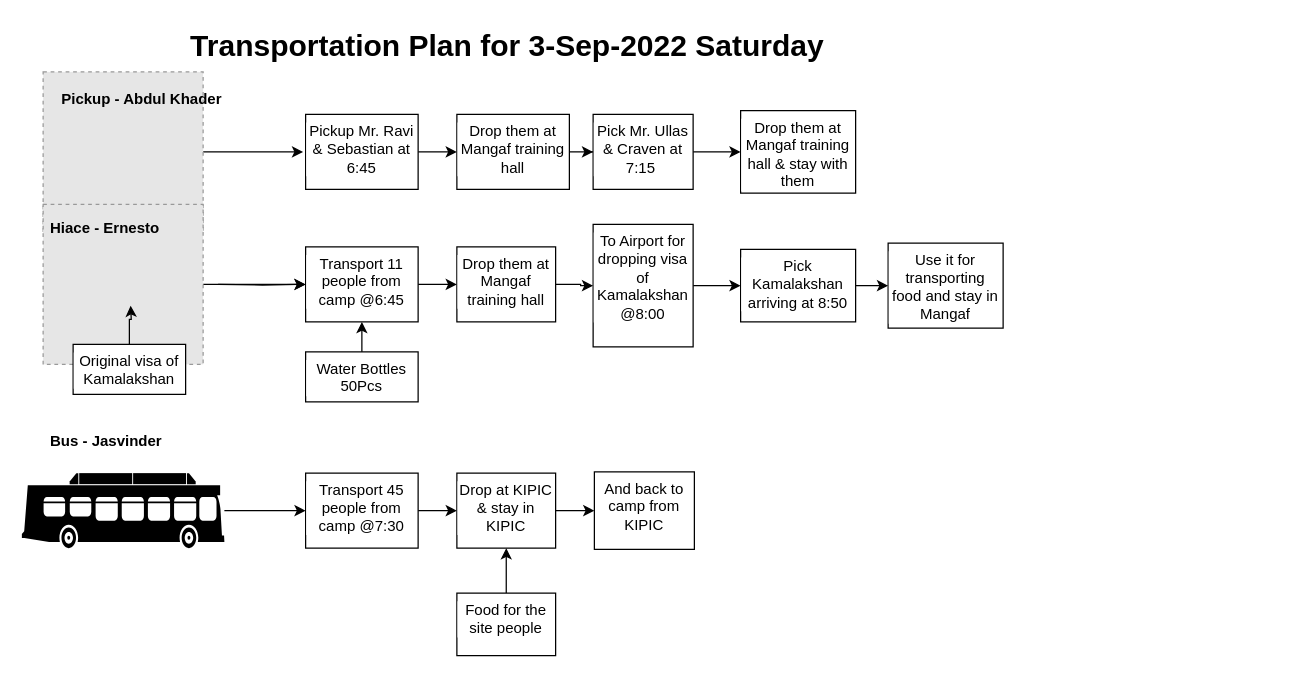
The draw.io diagram Folder/Tranport Plan for 3Sep2022.drawio in sathiesh1993/app.diagrams.net, before the edit. Source tidied: cells renumbered, new cells numbered last; positions are measured from the earlier drawing's top-left corner, leaving out a move shared by most shapes. Both pictures are drawn from the tidied source at 125%, with x=0, y=0 at pixel (21, 21). Pictures stored in the file or linked from it are replaced by grey dashed boxes.
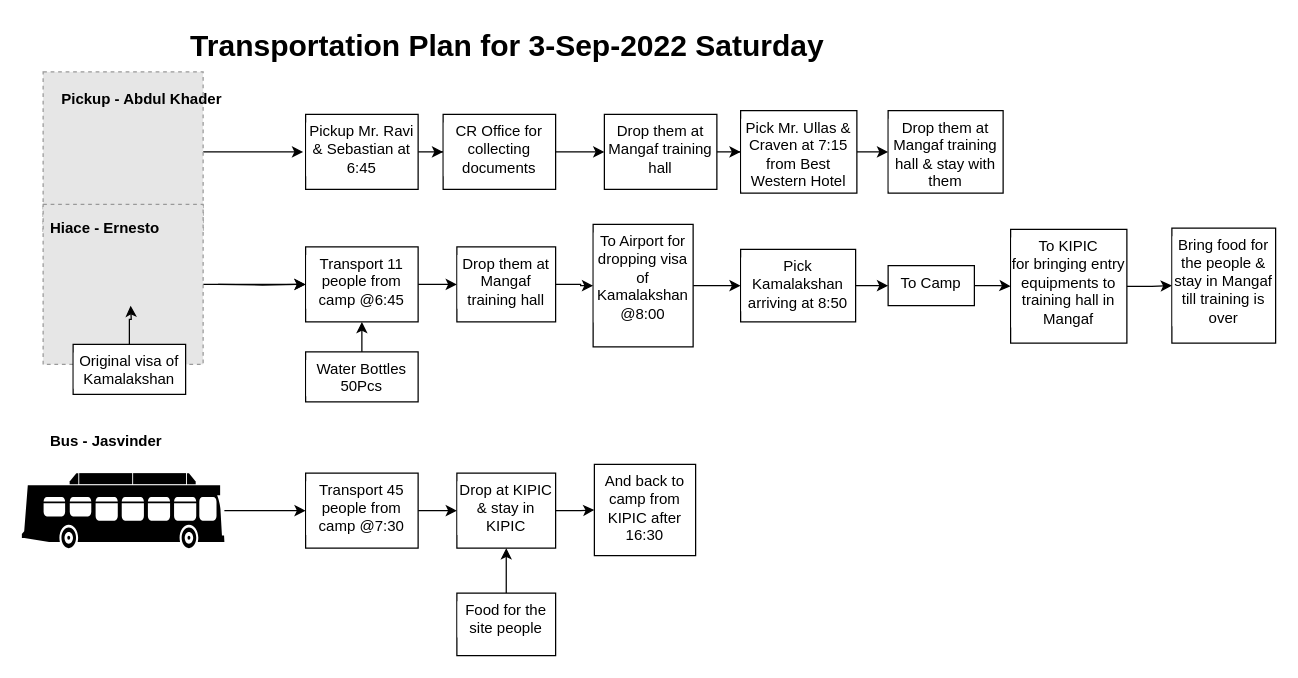
The same page after the edit.

Unchanged cells that the change refers to:
```xml
<mxCell id="7" value="Pickup Mr. Ravi &amp;amp; Sebastian at 6:45" style="whiteSpace=wrap;html=1;verticalAlign=top;labelBackgroundColor=#ffffff;" parent="1" vertex="1">
  <mxGeometry x="227" y="74" width="90" height="60" as="geometry" />
</mxCell>
```

What changed in the source:
```diff
@@
-    <mxCell id="6" style="edgeStyle=orthogonalEdgeStyle;rounded=0;jettySize=auto;html=1;" parent="1" edge="1" source="7" target="9">
-      <mxGeometry relative="1" as="geometry" />
-    </mxCell>
+    <mxCell id="40" style="edgeStyle=orthogonalEdgeStyle;rounded=0;jettySize=auto;html=1;" parent="1" edge="1" source="7" target="46">
+      <mxGeometry relative="1" as="geometry" />
+    </mxCell>
@@
     <mxCell id="9" value="Drop them at Mangaf training hall" style="whiteSpace=wrap;html=1;verticalAlign=top;labelBackgroundColor=#ffffff;" parent="1" vertex="1">
-      <mxGeometry x="348" y="74" width="90" height="60" as="geometry" />
+      <mxGeometry x="466" y="74" width="90" height="60" as="geometry" />
     </mxCell>
@@
-    <mxCell id="11" value="Pick Mr. Ullas &amp;amp; Craven at 7:15&amp;nbsp;" style="whiteSpace=wrap;html=1;verticalAlign=top;labelBackgroundColor=#ffffff;" parent="1" vertex="1">
-      <mxGeometry x="457" y="74" width="80" height="60" as="geometry" />
+    <mxCell id="11" value="Pick Mr. Ullas &amp;amp; Craven at 7:15 from Best Western Hotel" style="whiteSpace=wrap;html=1;verticalAlign=top;labelBackgroundColor=#ffffff;" parent="1" vertex="1">
+      <mxGeometry x="575" y="71" width="93" height="66" as="geometry" />
     </mxCell>
     <mxCell id="12" value="Drop them at Mangaf training hall &amp;amp; stay with them" style="whiteSpace=wrap;html=1;verticalAlign=top;labelBackgroundColor=#ffffff;" parent="1" vertex="1">
-      <mxGeometry x="575" y="71" width="92" height="66" as="geometry" />
+      <mxGeometry x="693" y="71" width="92" height="66" as="geometry" />
     </mxCell>
@@
+    <mxCell id="41" style="edgeStyle=orthogonalEdgeStyle;rounded=0;jettySize=auto;html=1;" parent="1" edge="1" source="24" target="43">
+      <mxGeometry relative="1" as="geometry" />
+    </mxCell>
-    <mxCell id="24" value="Use it for transporting food and stay in Mangaf" style="whiteSpace=wrap;html=1;verticalAlign=top;labelBackgroundColor=#ffffff;" parent="1" vertex="1">
-      <mxGeometry x="693" y="177" width="92" height="68" as="geometry" />
+    <mxCell id="24" value="To Camp" style="whiteSpace=wrap;html=1;verticalAlign=top;labelBackgroundColor=#ffffff;" parent="1" vertex="1">
+      <mxGeometry x="693" y="195" width="69" height="32" as="geometry" />
     </mxCell>
@@
-    <mxCell id="29" value="And back to camp from KIPIC" style="whiteSpace=wrap;html=1;verticalAlign=top;labelBackgroundColor=#ffffff;" parent="1" vertex="1">
-      <mxGeometry x="458" y="360" width="80" height="62" as="geometry" />
+    <mxCell id="29" value="And back to camp from KIPIC after 16:30" style="whiteSpace=wrap;html=1;verticalAlign=top;labelBackgroundColor=#ffffff;" parent="1" vertex="1">
+      <mxGeometry x="458" y="354" width="81" height="73" as="geometry" />
     </mxCell>
@@
+    <mxCell id="42" style="edgeStyle=orthogonalEdgeStyle;rounded=0;jettySize=auto;html=1;" parent="1" edge="1" source="43" target="44">
+      <mxGeometry relative="1" as="geometry" />
+    </mxCell>
+    <mxCell id="43" value="To KIPIC&lt;br&gt;for bringing entry equipments to training hall in Mangaf" style="whiteSpace=wrap;html=1;verticalAlign=top;labelBackgroundColor=#ffffff;" parent="1" vertex="1">
+      <mxGeometry x="791" y="166" width="93" height="91" as="geometry" />
+    </mxCell>
+    <mxCell id="44" value="Bring food for the people &amp;amp; stay in Mangaf till training is over" style="whiteSpace=wrap;html=1;verticalAlign=top;labelBackgroundColor=#ffffff;" parent="1" vertex="1">
+      <mxGeometry x="920" y="165" width="83" height="92" as="geometry" />
+    </mxCell>
+    <mxCell id="45" style="edgeStyle=orthogonalEdgeStyle;rounded=0;jettySize=auto;html=1;" parent="1" edge="1" source="46" target="9">
+      <mxGeometry relative="1" as="geometry" />
+    </mxCell>
+    <mxCell id="46" value="CR Office for collecting documents" style="whiteSpace=wrap;html=1;verticalAlign=top;labelBackgroundColor=#ffffff;" parent="1" vertex="1">
+      <mxGeometry x="337" y="74" width="90" height="60" as="geometry" />
+    </mxCell>
```
